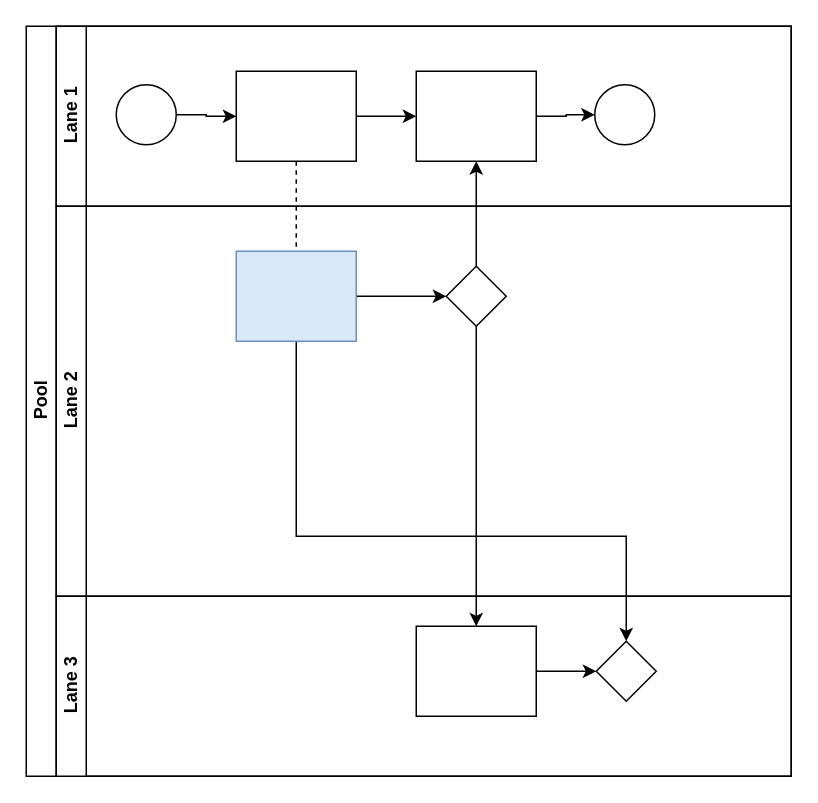
This is Untitled Diagram.drawio from 15031575603/zysx_smart_cc_process, a draw.io file, before an edit. Source tidied: cells renumbered, new cells numbered last; positions are measured from the earlier drawing's top-left corner, leaving out a move shared by most shapes. Both pictures are drawn from the tidied source at 150%, with x=0, y=0 at pixel (26, 26).
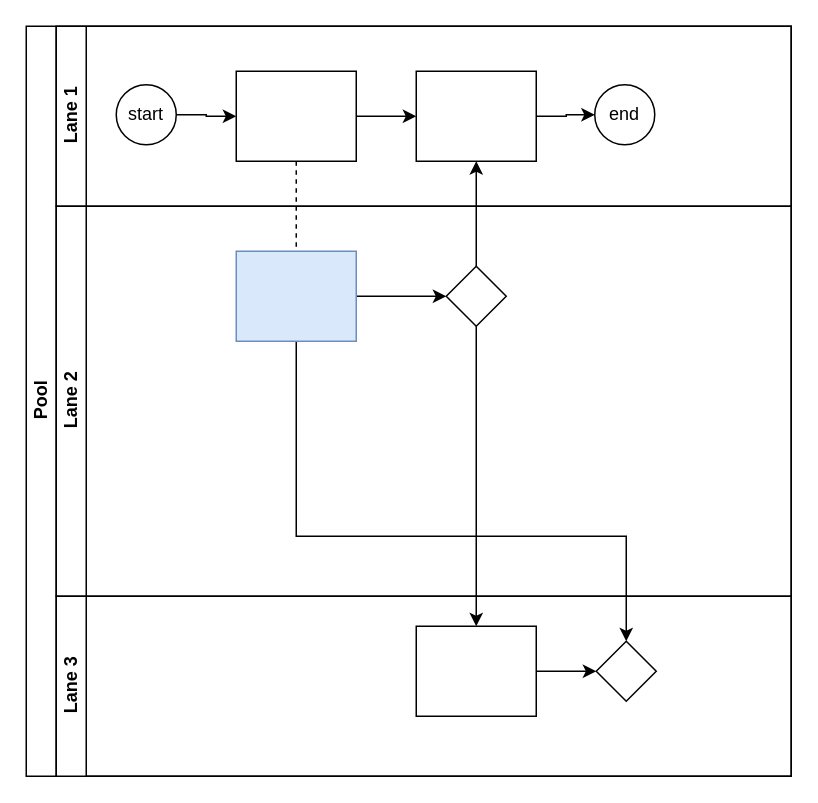
The same page after the edit.

Unchanged cells that the change refers to:
```xml
<mxCell id="7" value="Lane 1" style="swimlane;html=1;startSize=20;horizontal=0;rotation=0;" parent="2" vertex="1">
  <mxGeometry x="20" width="490" height="120" as="geometry" />
</mxCell>
```

The edit, as a diff of the source:
```diff
@@
-    <mxCell id="9" style="ellipse;whiteSpace=wrap;html=1;rotation=0;" parent="7" vertex="1">
+    <mxCell id="9" value="start" style="ellipse;whiteSpace=wrap;html=1;rotation=0;" parent="7" vertex="1">
       <mxGeometry x="40" y="39" width="40" height="40" as="geometry" />
     </mxCell>
@@
-    <mxCell id="14" style="ellipse;whiteSpace=wrap;html=1;rotation=0;" parent="7" vertex="1">
+    <mxCell id="14" value="end" style="ellipse;whiteSpace=wrap;html=1;rotation=0;" parent="7" vertex="1">
       <mxGeometry x="359" y="39" width="40" height="40" as="geometry" />
     </mxCell>
```
